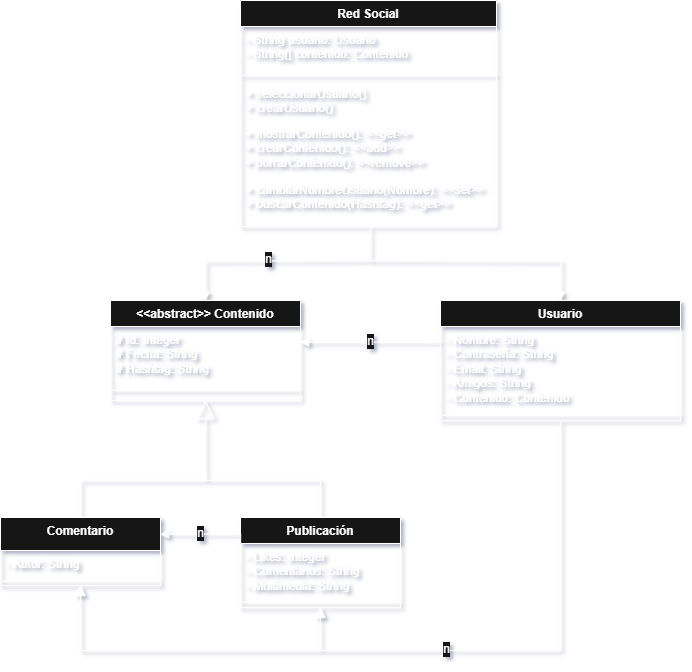
The draw.io diagram diag/png/dc.drawio.png in Kore29/Program-Whale, before a commit. Source tidied: cells renumbered, new cells last; positions are measured from the earlier drawing's top-left corner, leaving out a move shared by most shapes.
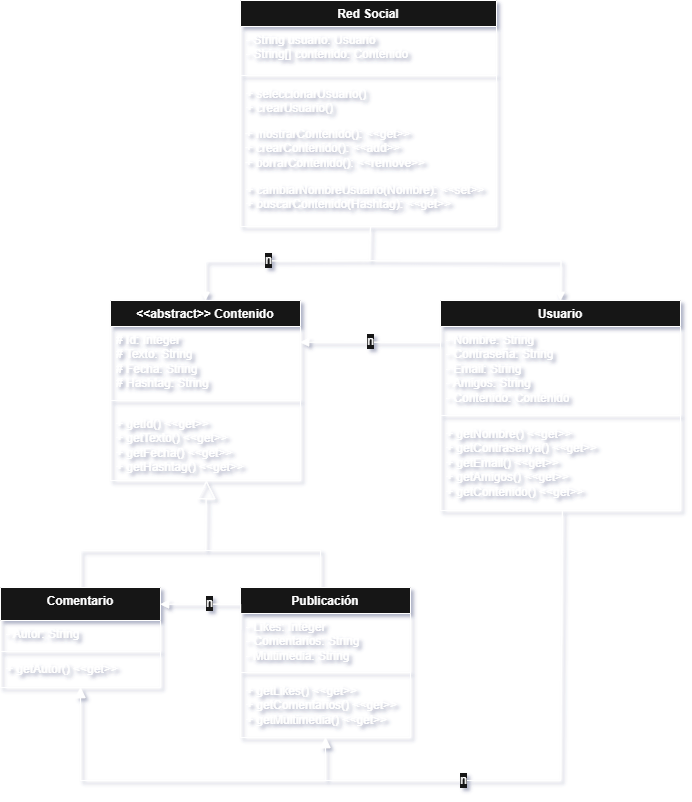
After the commit.

What changed in the source:
```diff
@@ -3,14 +3,17 @@
     <mxCell id="0" />
     <mxCell id="1" parent="0" />
     <mxCell id="2" value="&lt;div&gt;&amp;lt;&amp;lt;abstract&amp;gt;&amp;gt; Contenido&lt;/div&gt;&lt;div&gt;&lt;br&gt;&lt;/div&gt;" style="swimlane;fontStyle=1;align=center;verticalAlign=top;horizontal=1;startSize=26;whiteSpace=wrap;html=1;" parent="1" vertex="1">
-      <mxGeometry x="110" y="300" width="190" height="100" as="geometry" />
+      <mxGeometry x="110" y="300" width="190" height="180" as="geometry" />
     </mxCell>
-    <mxCell id="3" value="&lt;div&gt;# Id: Integer&lt;/div&gt;&lt;div&gt;# Fecha: String&lt;/div&gt;&lt;div&gt;# Hashtag: String&lt;/div&gt;" style="text;strokeColor=none;fillColor=none;align=left;verticalAlign=top;spacingLeft=4;spacingRight=4;overflow=hidden;whiteSpace=wrap;html=1;" parent="2" vertex="1">
-      <mxGeometry y="26" width="190" height="54" as="geometry" />
+    <mxCell id="3" value="&lt;div&gt;# Id: Integer&lt;/div&gt;&lt;div&gt;# Texto: String&lt;/div&gt;&lt;div&gt;# Fecha: String&lt;/div&gt;&lt;div&gt;# Hashtag: String&lt;/div&gt;" style="text;strokeColor=none;fillColor=none;align=left;verticalAlign=top;spacingLeft=4;spacingRight=4;overflow=hidden;whiteSpace=wrap;html=1;" parent="2" vertex="1">
+      <mxGeometry y="26" width="190" height="64" as="geometry" />
     </mxCell>
     <mxCell id="4" style="line;strokeWidth=1;fillColor=none;align=left;verticalAlign=middle;spacingTop=-1;spacingLeft=3;spacingRight=3;labelPosition=right;strokeColor=inherit;" parent="2" vertex="1">
-      <mxGeometry y="80" width="190" height="20" as="geometry" />
+      <mxGeometry y="90" width="190" height="20" as="geometry" />
     </mxCell>
+    <mxCell id="34" value="&lt;div&gt;+ getId()&amp;nbsp;&lt;span style=&quot;background-color: transparent; color: light-dark(rgb(0, 0, 0), rgb(255, 255, 255));&quot;&gt;&amp;lt;&amp;lt;get&amp;gt;&amp;gt;&lt;/span&gt;&lt;/div&gt;&lt;div&gt;+ getTexto()&amp;nbsp;&lt;span style=&quot;background-color: transparent; color: light-dark(rgb(0, 0, 0), rgb(255, 255, 255));&quot;&gt;&amp;lt;&amp;lt;get&amp;gt;&amp;gt;&lt;/span&gt;&lt;/div&gt;&lt;div&gt;+ getFecha()&amp;nbsp;&lt;span style=&quot;background-color: transparent; color: light-dark(rgb(0, 0, 0), rgb(255, 255, 255));&quot;&gt;&amp;lt;&amp;lt;get&amp;gt;&amp;gt;&lt;/span&gt;&lt;/div&gt;&lt;div&gt;+ getHashtag()&amp;nbsp;&lt;span style=&quot;background-color: transparent; color: light-dark(rgb(0, 0, 0), rgb(255, 255, 255));&quot;&gt;&amp;lt;&amp;lt;get&amp;gt;&amp;gt;&lt;/span&gt;&lt;/div&gt;" style="text;strokeColor=none;fillColor=none;align=left;verticalAlign=top;spacingLeft=4;spacingRight=4;overflow=hidden;whiteSpace=wrap;html=1;" parent="2" vertex="1">
+      <mxGeometry y="110" width="190" height="70" as="geometry" />
+    </mxCell>
     <mxCell id="5" value="Red Social" style="swimlane;fontStyle=1;align=center;verticalAlign=top;horizontal=1;startSize=26;whiteSpace=wrap;html=1;" parent="1" vertex="1">
       <mxGeometry x="240" width="256" height="226" as="geometry" />
     </mxCell>
@@ -30,7 +33,7 @@
       <mxGeometry y="176" width="256" height="50" as="geometry" />
     </mxCell>
     <mxCell id="11" value="Usuario" style="swimlane;fontStyle=1;align=center;verticalAlign=top;horizontal=1;startSize=26;whiteSpace=wrap;html=1;" parent="1" vertex="1">
-      <mxGeometry x="440" y="300" width="240" height="120" as="geometry" />
+      <mxGeometry x="440" y="300" width="240" height="210" as="geometry" />
     </mxCell>
     <mxCell id="12" value="&lt;div&gt;- Nombre: String&lt;/div&gt;&lt;div&gt;- Contraseña: String&lt;/div&gt;&lt;div&gt;- Email: String&lt;/div&gt;&lt;div&gt;- Amigos: String&lt;/div&gt;&lt;div&gt;- Contenido: Contenido&lt;/div&gt;&lt;div&gt;&lt;br&gt;&lt;/div&gt;" style="text;strokeColor=none;fillColor=none;align=left;verticalAlign=top;spacingLeft=4;spacingRight=4;overflow=hidden;whiteSpace=wrap;html=1;" parent="11" vertex="1">
       <mxGeometry y="26" width="240" height="84" as="geometry" />
@@ -38,20 +41,23 @@
     <mxCell id="13" style="line;strokeWidth=1;fillColor=none;align=left;verticalAlign=middle;spacingTop=-1;spacingLeft=3;spacingRight=3;labelPosition=right;strokeColor=inherit;" parent="11" vertex="1">
       <mxGeometry y="110" width="240" height="10" as="geometry" />
     </mxCell>
+    <mxCell id="35" value="&lt;div&gt;+ getNombre()&amp;nbsp;&lt;span style=&quot;background-color: transparent; color: light-dark(rgb(0, 0, 0), rgb(255, 255, 255));&quot;&gt;&amp;lt;&amp;lt;get&amp;gt;&amp;gt;&lt;/span&gt;&lt;/div&gt;&lt;div&gt;+ getContrasenya()&amp;nbsp;&lt;span style=&quot;background-color: transparent; color: light-dark(rgb(0, 0, 0), rgb(255, 255, 255));&quot;&gt;&amp;lt;&amp;lt;get&amp;gt;&amp;gt;&lt;/span&gt;&lt;/div&gt;&lt;div&gt;+ getEmail()&amp;nbsp;&lt;span style=&quot;background-color: transparent; color: light-dark(rgb(0, 0, 0), rgb(255, 255, 255));&quot;&gt;&amp;lt;&amp;lt;get&amp;gt;&amp;gt;&lt;/span&gt;&lt;/div&gt;&lt;div&gt;+ getAmigos()&amp;nbsp;&lt;span style=&quot;background-color: transparent; color: light-dark(rgb(0, 0, 0), rgb(255, 255, 255));&quot;&gt;&amp;lt;&amp;lt;get&amp;gt;&amp;gt;&lt;/span&gt;&lt;/div&gt;&lt;div&gt;+ getContenido()&amp;nbsp;&lt;span style=&quot;background-color: transparent; color: light-dark(rgb(0, 0, 0), rgb(255, 255, 255));&quot;&gt;&amp;lt;&amp;lt;get&amp;gt;&amp;gt;&lt;/span&gt;&lt;/div&gt;" style="text;strokeColor=none;fillColor=none;align=left;verticalAlign=top;spacingLeft=4;spacingRight=4;overflow=hidden;whiteSpace=wrap;html=1;" parent="11" vertex="1">
+      <mxGeometry y="120" width="240" height="90" as="geometry" />
+    </mxCell>
     <mxCell id="14" style="endArrow=none;html=1;edgeStyle=orthogonalEdgeStyle;rounded=0;" parent="1" edge="1" target="22">
       <mxGeometry relative="1" as="geometry">
-        <mxPoint x="200" y="480" as="sourcePoint" />
+        <mxPoint x="200" y="550" as="sourcePoint" />
         <Array as="points">
-          <mxPoint x="320" y="480" />
+          <mxPoint x="320" y="550" />
         </Array>
       </mxGeometry>
     </mxCell>
     <mxCell id="15" style="endArrow=none;html=1;edgeStyle=orthogonalEdgeStyle;rounded=0;exitX=0.5;exitY=0;exitDx=0;exitDy=0;" parent="1" edge="1" source="19">
       <mxGeometry relative="1" as="geometry">
-        <mxPoint x="200" y="480" as="targetPoint" />
+        <mxPoint x="200" y="550" as="targetPoint" />
         <Array as="points">
-          <mxPoint x="80" y="480" />
-          <mxPoint x="200" y="480" />
+          <mxPoint x="80" y="550" />
+          <mxPoint x="200" y="550" />
         </Array>
       </mxGeometry>
     </mxCell>
@@ -72,7 +78,7 @@
       <mxGeometry x="-0.05" y="-1" relative="1" as="geometry" />
     </mxCell>
     <mxCell id="19" value="Comentario" style="swimlane;fontStyle=1;align=center;verticalAlign=top;horizontal=1;startSize=33;whiteSpace=wrap;html=1;" parent="1" vertex="1">
-      <mxGeometry y="517" width="160" height="68" as="geometry" />
+      <mxGeometry y="587" width="160" height="100" as="geometry" />
     </mxCell>
     <mxCell id="20" value="- Autor: String" style="text;strokeColor=none;fillColor=none;align=left;verticalAlign=top;spacingLeft=4;spacingRight=4;overflow=hidden;whiteSpace=wrap;html=1;" parent="19" vertex="1">
       <mxGeometry y="33" width="160" height="27" as="geometry" />
@@ -80,20 +86,26 @@
     <mxCell id="21" style="line;strokeWidth=1;fillColor=none;align=left;verticalAlign=middle;spacingTop=-1;spacingLeft=3;spacingRight=3;labelPosition=right;strokeColor=inherit;" parent="19" vertex="1">
       <mxGeometry y="60" width="160" height="8" as="geometry" />
     </mxCell>
+    <mxCell id="36" value="&lt;div&gt;+ getAutor()&amp;nbsp;&lt;span style=&quot;background-color: transparent; color: light-dark(rgb(0, 0, 0), rgb(255, 255, 255));&quot;&gt;&amp;lt;&amp;lt;get&amp;gt;&amp;gt;&lt;/span&gt;&lt;/div&gt;" style="text;strokeColor=none;fillColor=none;align=left;verticalAlign=top;spacingLeft=4;spacingRight=4;overflow=hidden;whiteSpace=wrap;html=1;" parent="19" vertex="1">
+      <mxGeometry y="68" width="160" height="32" as="geometry" />
+    </mxCell>
     <mxCell id="22" value="Publicación" style="swimlane;fontStyle=1;align=center;verticalAlign=top;horizontal=1;startSize=26;whiteSpace=wrap;html=1;" parent="1" vertex="1">
-      <mxGeometry x="240" y="517" width="160" height="90" as="geometry" />
+      <mxGeometry x="240" y="587" width="170" height="150" as="geometry" />
     </mxCell>
     <mxCell id="23" value="&lt;div&gt;&lt;span style=&quot;background-color: transparent; color: light-dark(rgb(0, 0, 0), rgb(255, 255, 255));&quot;&gt;- Likes: Integer&lt;/span&gt;&lt;/div&gt;&lt;div&gt;&lt;span style=&quot;background-color: transparent; color: light-dark(rgb(0, 0, 0), rgb(255, 255, 255));&quot;&gt;- Comentarios: String&amp;nbsp;&lt;/span&gt;&lt;/div&gt;&lt;div&gt;&lt;span style=&quot;background-color: transparent; color: light-dark(rgb(0, 0, 0), rgb(255, 255, 255));&quot;&gt;- Multimedia: String&lt;/span&gt;&lt;/div&gt;" style="text;strokeColor=none;fillColor=none;align=left;verticalAlign=top;spacingLeft=4;spacingRight=4;overflow=hidden;whiteSpace=wrap;html=1;" parent="22" vertex="1">
-      <mxGeometry y="26" width="160" height="54" as="geometry" />
+      <mxGeometry y="26" width="170" height="54" as="geometry" />
     </mxCell>
     <mxCell id="24" style="line;strokeWidth=1;fillColor=none;align=left;verticalAlign=middle;spacingTop=-1;spacingLeft=3;spacingRight=3;labelPosition=right;strokeColor=inherit;" parent="22" vertex="1">
-      <mxGeometry y="80" width="160" height="10" as="geometry" />
+      <mxGeometry y="80" width="170" height="10" as="geometry" />
     </mxCell>
+    <mxCell id="37" value="+ getLikes() &amp;lt;&amp;lt;get&amp;gt;&amp;gt;&lt;div&gt;+ getComentarios()&amp;nbsp;&lt;span style=&quot;background-color: transparent; color: light-dark(rgb(0, 0, 0), rgb(255, 255, 255));&quot;&gt;&amp;lt;&amp;lt;get&amp;gt;&amp;gt;&lt;/span&gt;&lt;/div&gt;&lt;div&gt;+ getMultimedia()&amp;nbsp;&lt;span style=&quot;background-color: transparent; color: light-dark(rgb(0, 0, 0), rgb(255, 255, 255));&quot;&gt;&amp;lt;&amp;lt;get&amp;gt;&amp;gt;&lt;/span&gt;&lt;/div&gt;" style="text;strokeColor=none;fillColor=none;align=left;verticalAlign=top;spacingLeft=4;spacingRight=4;overflow=hidden;whiteSpace=wrap;html=1;" parent="22" vertex="1">
+      <mxGeometry y="90" width="170" height="60" as="geometry" />
+    </mxCell>
     <mxCell id="25" style="endArrow=block;endFill=1;html=1;edgeStyle=orthogonalEdgeStyle;align=left;verticalAlign=top;rounded=0;exitX=0.001;exitY=0.277;exitDx=0;exitDy=0;entryX=1;entryY=0.5;entryDx=0;entryDy=0;exitPerimeter=0;" parent="1" edge="1" source="22">
       <mxGeometry x="-1" relative="1" as="geometry">
-        <mxPoint x="160" y="533.8" as="targetPoint" />
+        <mxPoint x="160" y="603.8" as="targetPoint" />
         <Array as="points">
-          <mxPoint x="160" y="534" />
+          <mxPoint x="160" y="604" />
         </Array>
       </mxGeometry>
     </mxCell>
@@ -104,26 +116,28 @@
     </mxCell>
     <mxCell id="27" style="endArrow=block;endSize=16;endFill=0;html=1;rounded=0;fontSize=12;curved=1;" parent="1" edge="1">
       <mxGeometry relative="1" as="geometry">
-        <mxPoint x="205" y="480" as="sourcePoint" />
-        <mxPoint x="205" y="400" as="targetPoint" />
+        <mxPoint x="205" y="550" as="sourcePoint" />
+        <mxPoint x="206" y="480" as="targetPoint" />
       </mxGeometry>
     </mxCell>
-    <mxCell id="28" style="html=1;verticalAlign=bottom;endArrow=block;curved=0;rounded=0;fontSize=12;startSize=8;endSize=8;entryX=0.5;entryY=1;entryDx=0;entryDy=0;exitX=0.5;exitY=1;exitDx=0;exitDy=0;" parent="1" edge="1" source="11" target="22">
+    <mxCell id="28" style="html=1;verticalAlign=bottom;endArrow=block;curved=0;rounded=0;fontSize=12;startSize=8;endSize=8;entryX=0.5;entryY=1;entryDx=0;entryDy=0;" parent="1" edge="1" target="22">
       <mxGeometry relative="1" as="geometry">
+        <mxPoint x="562" y="510" as="sourcePoint" />
         <Array as="points">
-          <mxPoint x="560" y="650" />
-          <mxPoint x="320" y="650" />
+          <mxPoint x="560" y="780" />
+          <mxPoint x="325" y="780" />
         </Array>
       </mxGeometry>
     </mxCell>
     <mxCell id="29" value="n" style="edgeLabel;html=1;align=center;verticalAlign=middle;fontSize=12;" parent="28" vertex="1">
       <mxGeometry x="0.34" y="-1" relative="1" as="geometry" />
     </mxCell>
-    <mxCell id="30" style="html=1;verticalAlign=bottom;endArrow=block;curved=0;rounded=0;fontSize=12;startSize=8;endSize=8;entryX=0.5;entryY=1;entryDx=0;entryDy=0;" parent="1" edge="1" target="19">
+    <mxCell id="30" style="html=1;verticalAlign=bottom;endArrow=block;curved=0;rounded=0;fontSize=12;startSize=8;endSize=8;" parent="1" edge="1">
       <mxGeometry relative="1" as="geometry">
-        <mxPoint x="340" y="650" as="sourcePoint" />
+        <mxPoint x="336" y="780" as="sourcePoint" />
+        <mxPoint x="80" y="687" as="targetPoint" />
         <Array as="points">
-          <mxPoint x="80" y="650" />
+          <mxPoint x="80" y="780" />
         </Array>
       </mxGeometry>
     </mxCell>
```
